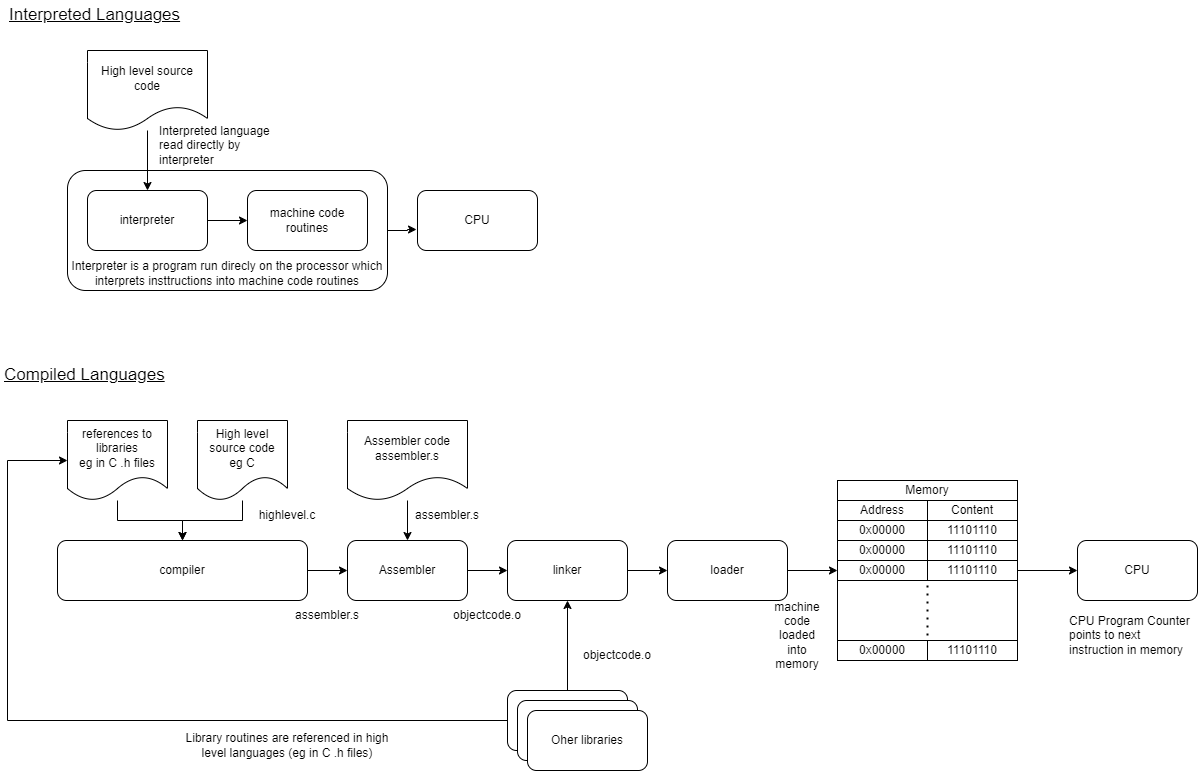
sheikhdiallo/COM304_FOUNDATION_1 keeps this draw.io diagram as workup/session5/docs/images/ProgramProcessing.png. Above is the earlier version. Source tidied: cells renumbered, new cells last; positions are measured from the earlier drawing's top-left corner, leaving out a move shared by most shapes.
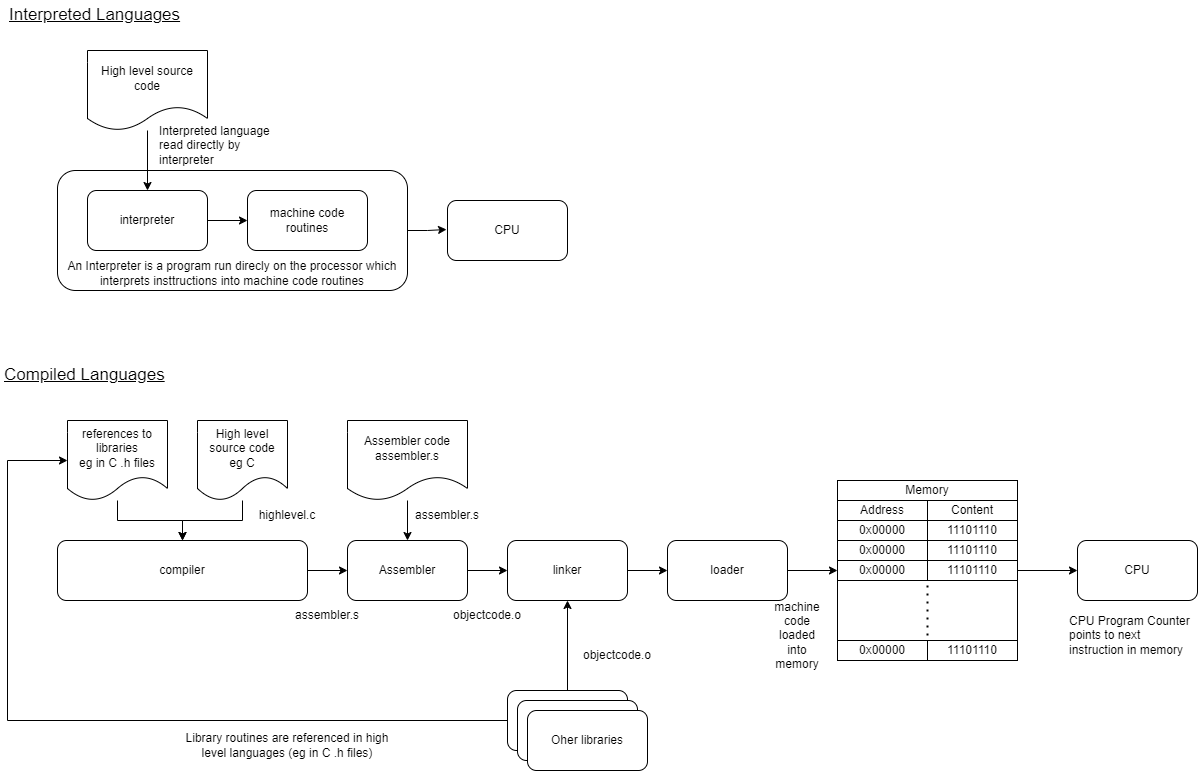
After the change.

The edit, as a diff of the source:
```diff
@@ -17,9 +17,6 @@
     <mxCell id="6" value="machine code routines" style="rounded=1;whiteSpace=wrap;html=1;" parent="1" vertex="1">
       <mxGeometry x="245" y="190" width="120" height="60" as="geometry" />
     </mxCell>
-    <mxCell id="7" value="CPU" style="rounded=1;whiteSpace=wrap;html=1;" parent="1" vertex="1">
-      <mxGeometry x="415" y="190" width="120" height="60" as="geometry" />
-    </mxCell>
     <mxCell id="8" style="edgeStyle=orthogonalEdgeStyle;rounded=0;jettySize=auto;html=1;" parent="1" edge="1" source="9" target="11">
       <mxGeometry relative="1" as="geometry" />
     </mxCell>
@@ -142,11 +139,13 @@
     <mxCell id="45" value="Interpreted language read directly by interpreter" style="text;html=1;align=left;verticalAlign=middle;whiteSpace=wrap;rounded=0;" parent="1" vertex="1">
       <mxGeometry x="155" y="130" width="130" height="30" as="geometry" />
     </mxCell>
-    <mxCell id="46" value="Interpreter is a program run direcly on the processor which interprets insttructions into machine code routines" style="rounded=1;whiteSpace=wrap;html=1;align=center;verticalAlign=bottom;fillColor=none;" parent="1" vertex="1">
-      <mxGeometry x="65" y="170" width="320" height="120" as="geometry" />
+    <mxCell id="46" value="An Interpreter is a program run direcly on the processor which interprets insttructions into machine code routines" style="rounded=1;whiteSpace=wrap;html=1;align=center;verticalAlign=bottom;fillColor=none;" parent="1" vertex="1">
+      <mxGeometry x="55" y="170" width="350" height="120" as="geometry" />
     </mxCell>
-    <mxCell id="47" style="edgeStyle=orthogonalEdgeStyle;rounded=0;jettySize=auto;html=1;entryX=-0.008;entryY=0.65;entryDx=0;entryDy=0;entryPerimeter=0;" parent="1" edge="1" source="46" target="7">
-      <mxGeometry relative="1" as="geometry" />
+    <mxCell id="47" style="edgeStyle=orthogonalEdgeStyle;rounded=0;jettySize=auto;html=1;entryX=-0.008;entryY=0.65;entryDx=0;entryDy=0;entryPerimeter=0;" parent="1" edge="1" source="46">
+      <mxGeometry relative="1" as="geometry">
+        <mxPoint x="444" y="229" as="targetPoint" />
+      </mxGeometry>
     </mxCell>
     <mxCell id="48" value="objectcode.o" style="text;html=1;align=center;verticalAlign=middle;whiteSpace=wrap;rounded=0;" parent="1" vertex="1">
       <mxGeometry x="585" y="640" width="60" height="30" as="geometry" />
@@ -172,5 +171,8 @@
     <mxCell id="55" value="Compiled Languages" style="text;html=1;align=left;verticalAlign=middle;whiteSpace=wrap;rounded=0;fontSize=17;fontStyle=4;" parent="1" vertex="1">
       <mxGeometry y="360" width="180" height="30" as="geometry" />
     </mxCell>
+    <mxCell id="7" value="CPU" style="rounded=1;whiteSpace=wrap;html=1;" parent="1" vertex="1">
+      <mxGeometry x="445" y="200" width="120" height="60" as="geometry" />
+    </mxCell>
   </root>
 </mxGraphModel>
```
